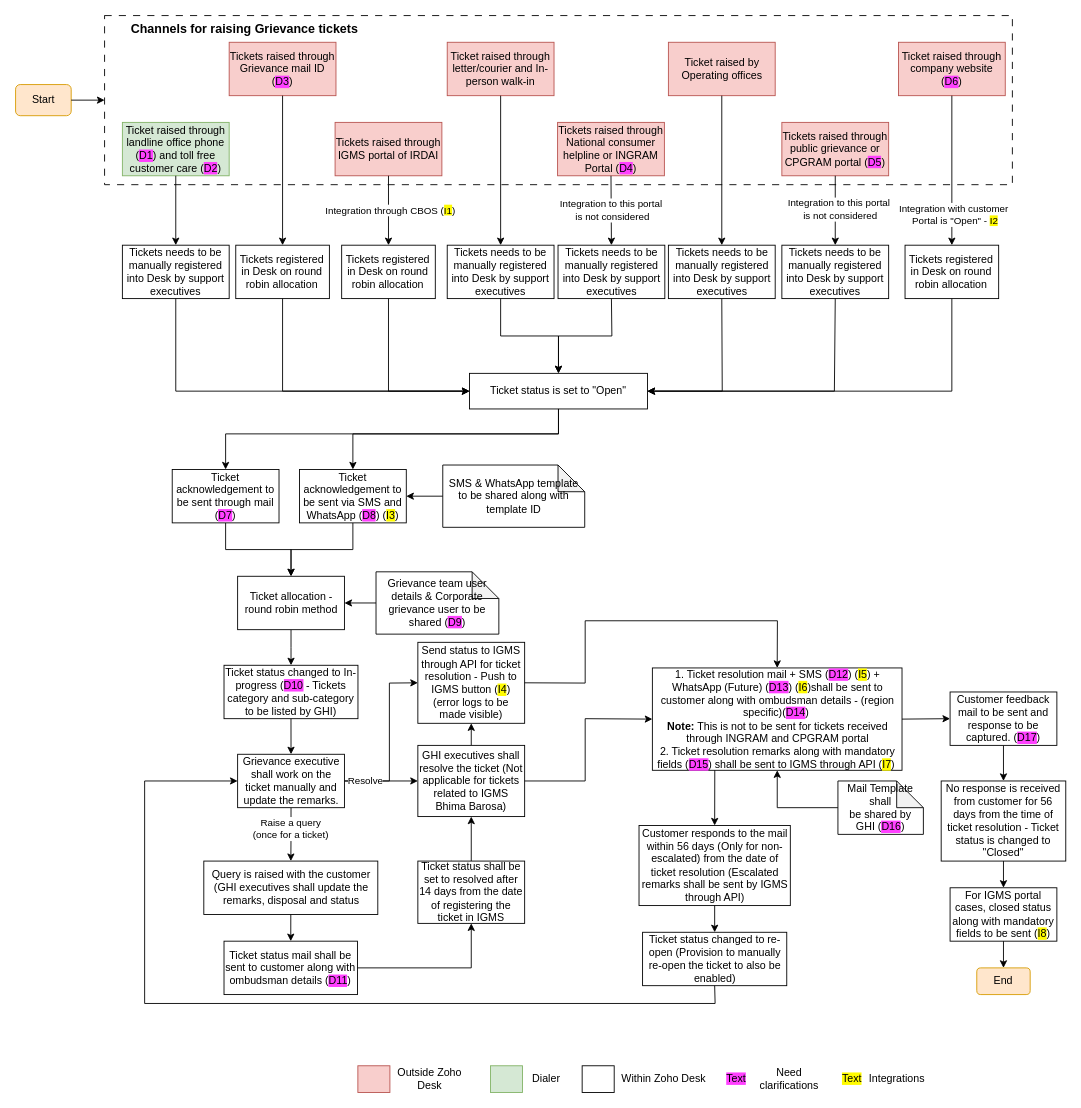
Above: Grievance management.drawio in shaileshsreedar/Galaxy (draw.io), before the change. Source tidied: cells renumbered, new cells numbered last; positions are measured from the earlier drawing's top-left corner, leaving out a move shared by most shapes. Both pictures are drawn from the tidied source at 89%, with x=0, y=0 at pixel (15, 15).
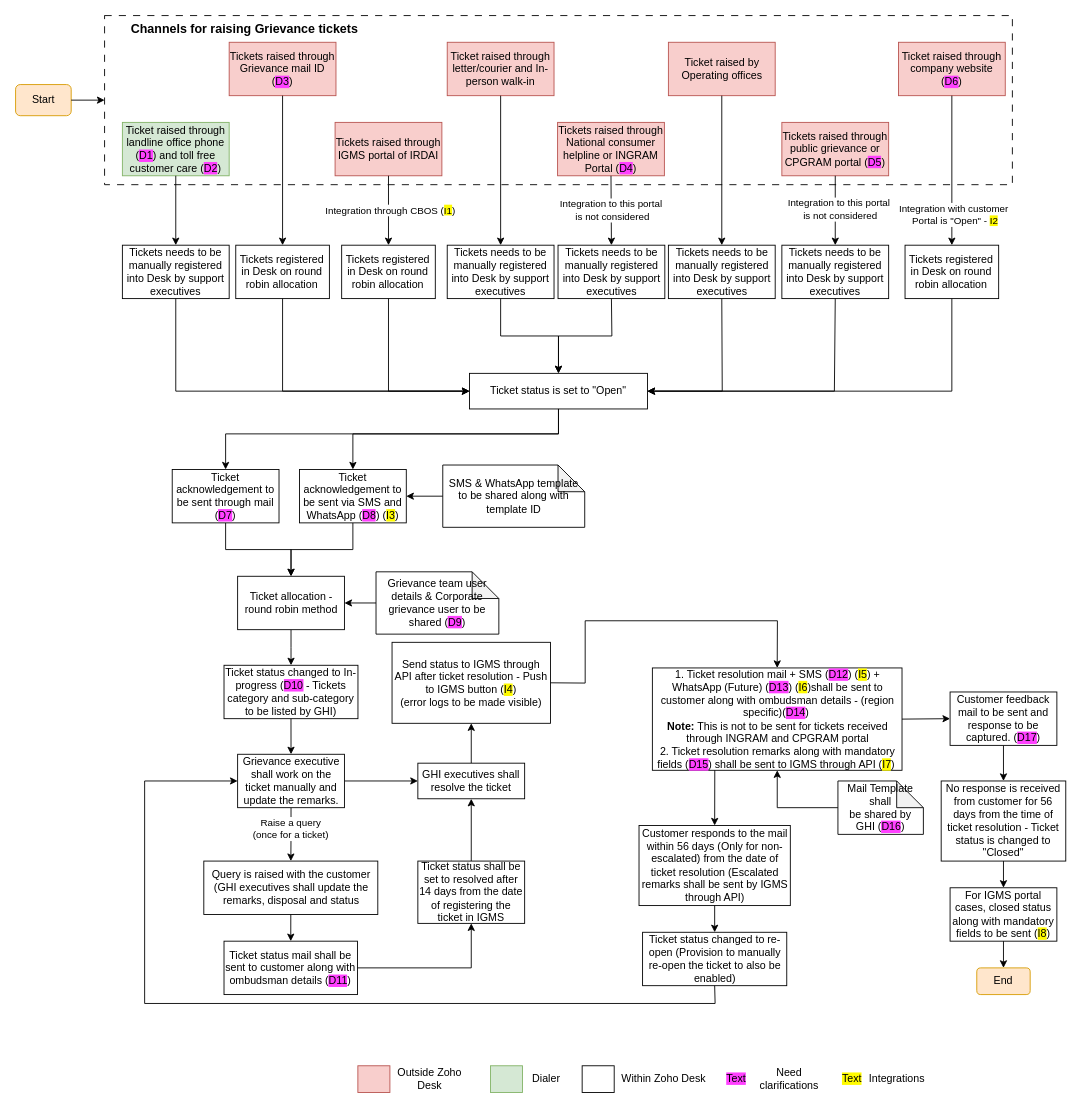
The same page after the edit.

Unchanged cells that the change refers to:
```xml
<mxCell id="64" value="Grievance executive shall work on the ticket manually and update the remarks." style="rounded=0;whiteSpace=wrap;html=1;" parent="1" vertex="1">
  <mxGeometry x="249.5" y="830" width="120" height="60" as="geometry" />
</mxCell>
<mxCell id="67" value="1. Ticket resolution mail + SMS (&lt;span style=&quot;background-color: rgb(255, 64, 255);&quot;&gt;D12&lt;/span&gt;) (&lt;span style=&quot;background-color: rgb(255, 251, 0);&quot;&gt;I5&lt;/span&gt;) + WhatsApp (Future) (&lt;span style=&quot;background-color: rgb(255, 64, 255);&quot;&gt;D13&lt;/span&gt;) (&lt;span style=&quot;background-color: rgb(255, 251, 0);&quot;&gt;I6&lt;/span&gt;)shall be sent to customer along with ombudsman details - (region specific)(&lt;span style=&quot;background-color: rgb(255, 64, 255);&quot;&gt;D14&lt;/span&gt;)&amp;nbsp;&lt;div&gt;&lt;b&gt;Note:&lt;/b&gt; This is not to be sent for tickets received through INGRAM and CPGRAM portal&lt;br&gt;&lt;div&gt;2. Ticket resolution remarks along with mandatory fields (&lt;span style=&quot;background-color: rgb(255, 64, 255);&quot;&gt;D15&lt;/span&gt;) shall be sent to IGMS through API (&lt;span style=&quot;background-color: rgb(255, 251, 0);&quot;&gt;I7&lt;/span&gt;)&amp;nbsp;&lt;br&gt;&lt;/div&gt;&lt;/div&gt;" style="rounded=0;whiteSpace=wrap;html=1;" parent="1" vertex="1">
  <mxGeometry x="715.5" y="733" width="280.5" height="115" as="geometry" />
</mxCell>
```

The edit, as a diff of the source:
```diff
@@
-    <mxCell id="66" value="GHI executives shall resolve the ticket (Not applicable for tickets related to IGMS Bhima Barosa)" style="rounded=0;whiteSpace=wrap;html=1;" parent="1" vertex="1">
-      <mxGeometry x="452" y="820" width="120" height="80" as="geometry" />
+    <mxCell id="66" value="GHI executives shall resolve the ticket" style="rounded=0;whiteSpace=wrap;html=1;" parent="1" vertex="1">
+      <mxGeometry x="452" y="840" width="120" height="40" as="geometry" />
     </mxCell>
@@
-    <mxCell id="84" value="Send status to IGMS through API for ticket resolution - Push to IGMS button (&lt;span style=&quot;background-color: rgb(255, 251, 0);&quot;&gt;I4&lt;/span&gt;)&lt;div&gt;(error logs to be made visible)&lt;/div&gt;" style="rounded=0;whiteSpace=wrap;html=1;" parent="1" vertex="1">
-      <mxGeometry x="452" y="704.2" width="120" height="91" as="geometry" />
+    <mxCell id="84" value="Send status to IGMS through API after ticket resolution - Push to IGMS button (&lt;span style=&quot;background-color: rgb(255, 251, 0);&quot;&gt;I4&lt;/span&gt;)&lt;div&gt;(error logs to be made visible)&lt;/div&gt;" style="rounded=0;whiteSpace=wrap;html=1;" parent="1" vertex="1">
+      <mxGeometry x="423" y="704.2" width="178" height="91" as="geometry" />
     </mxCell>
@@
-    <mxCell id="86" style="endArrow=classic;html=1;rounded=0;exitX=1;exitY=0.5;exitDx=0;exitDy=0;entryX=0;entryY=0.5;entryDx=0;entryDy=0;" parent="1" edge="1" source="66" target="67">
-      <mxGeometry relative="1" as="geometry">
-        <Array as="points">
-          <mxPoint x="640" y="860" />
-          <mxPoint x="640" y="790" />
-        </Array>
-      </mxGeometry>
-    </mxCell>
@@
-    <mxCell id="93" style="endArrow=classic;html=1;rounded=0;exitX=1;exitY=0.5;exitDx=0;exitDy=0;entryX=0;entryY=0.5;entryDx=0;entryDy=0;" parent="1" edge="1" source="64" target="84">
-      <mxGeometry relative="1" as="geometry">
-        <Array as="points">
-          <mxPoint x="420" y="860" />
-          <mxPoint x="420" y="750" />
-        </Array>
-      </mxGeometry>
-    </mxCell>
-    <mxCell id="94" value="Resolve" style="edgeLabel;html=1;align=center;verticalAlign=middle;" parent="93" vertex="1">
-      <mxGeometry x="-0.81" y="-2" relative="1" as="geometry">
-        <mxPoint x="5" y="-3" as="offset" />
-      </mxGeometry>
-    </mxCell>
```
